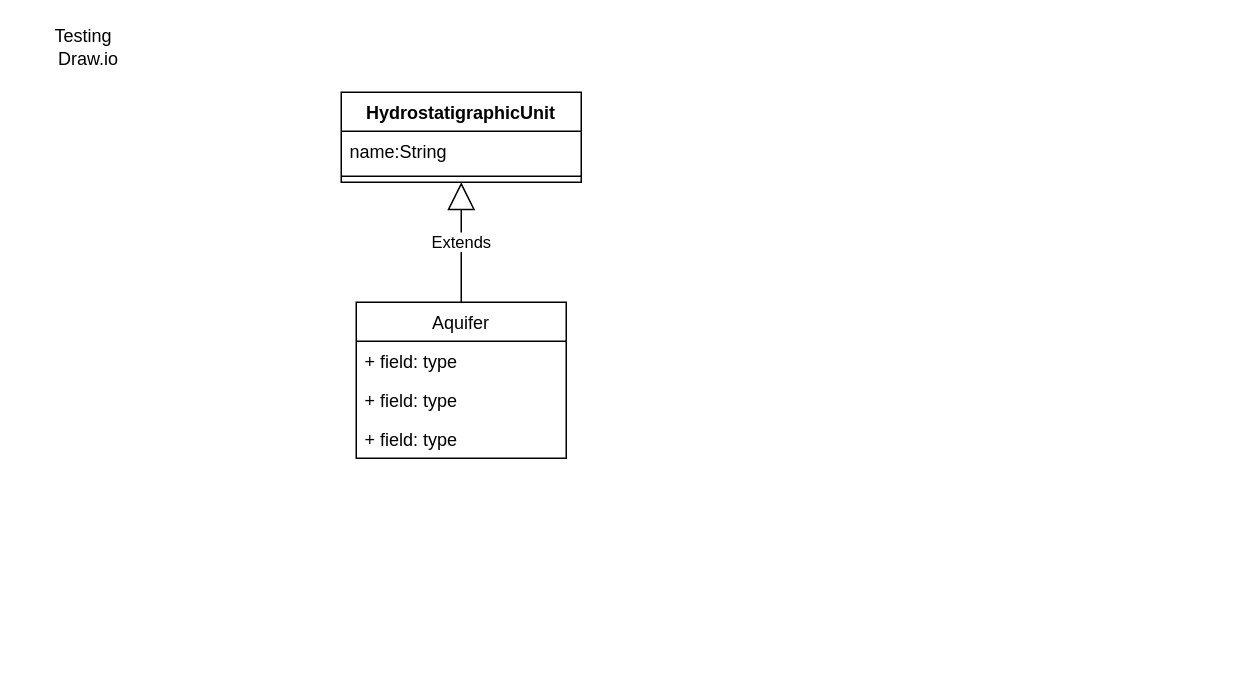
The draw.io diagram diagrams/code.drawio in denevers/GWML, before the edit. Source tidied: cells renumbered, new cells numbered last; positions are measured from the earlier drawing's top-left corner, leaving out a move shared by most shapes. Both pictures are drawn from the tidied source at 150%, with x=0, y=0 at pixel (26, 32).
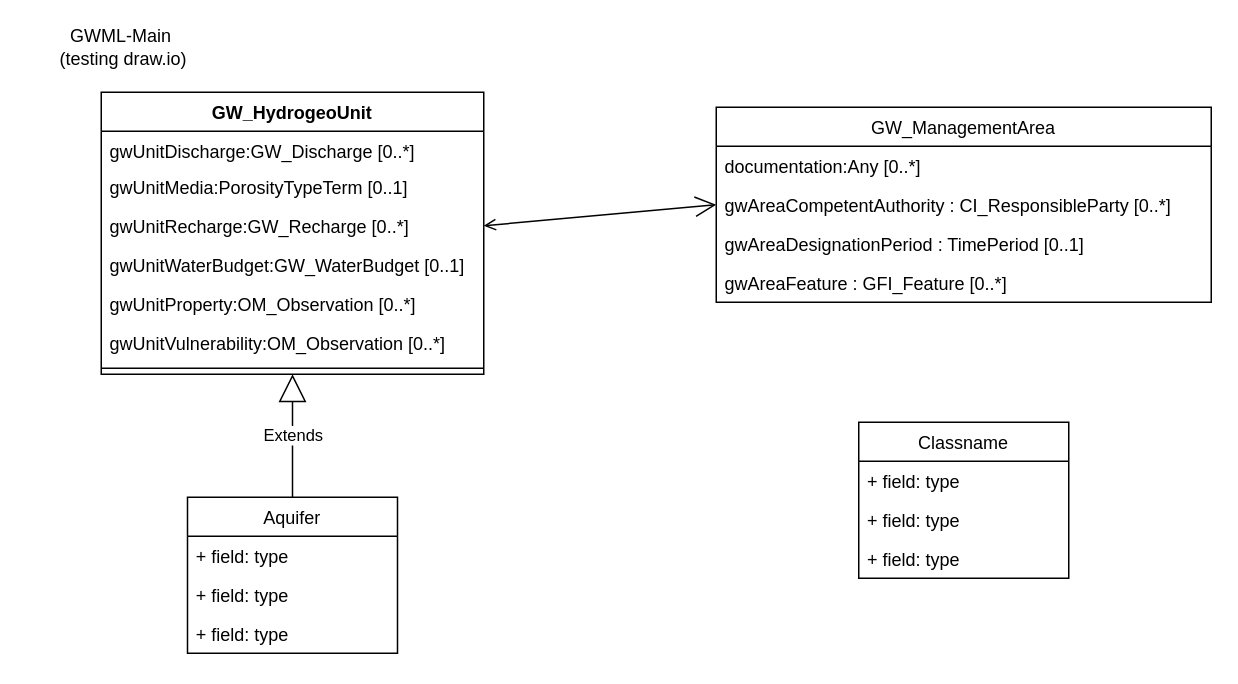
The same page after the edit.

The edit, as a diff of the source:
```diff
@@
+    <mxCell id="9" value="Extends" style="endArrow=block;endSize=16;endFill=0;html=1;entryX=0.5;entryY=1;entryDx=0;entryDy=0;exitX=0.5;exitY=0;exitDx=0;exitDy=0;" parent="1" edge="1" source="5" target="2">
+      <mxGeometry relative="1" as="geometry" />
+    </mxCell>
+    <mxCell id="10" value="GWML-Main&amp;nbsp;&lt;br&gt;(testing draw.io)" style="text;html=1;strokeColor=none;fillColor=none;align=center;verticalAlign=middle;whiteSpace=wrap;rounded=0;" parent="1" vertex="1">
+      <mxGeometry width="130" height="20" as="geometry" />
+    </mxCell>
-    <mxCell id="2" value="HydrostatigraphicUnit" style="swimlane;fontStyle=1;align=center;verticalAlign=top;horizontal=1;startSize=26;" parent="1" vertex="1">
-      <mxGeometry x="210" y="40" width="160" height="60" as="geometry" />
+    <mxCell id="2" value="GW_HydrogeoUnit&#10;" style="swimlane;fontStyle=1;align=center;verticalAlign=top;horizontal=1;startSize=26;" parent="1" vertex="1">
+      <mxGeometry x="50" y="40" width="255" height="188" as="geometry" />
     </mxCell>
-    <mxCell id="3" value="name:String&#10;" style="text;strokeColor=none;fillColor=none;align=left;verticalAlign=top;spacingLeft=4;spacingRight=4;overflow=hidden;" parent="2" vertex="1">
-      <mxGeometry y="26" width="160" height="26" as="geometry" />
+    <mxCell id="3" value="gwUnitDischarge:GW_Discharge [0..*]" style="text;strokeColor=none;fillColor=none;align=left;verticalAlign=top;spacingLeft=4;spacingRight=4;overflow=hidden;" parent="2" vertex="1">
+      <mxGeometry y="26" width="255" height="24" as="geometry" />
     </mxCell>
+    <mxCell id="11" value="gwUnitMedia:PorosityTypeTerm [0..1]" style="text;strokeColor=none;fillColor=none;align=left;verticalAlign=top;spacingLeft=4;spacingRight=4;overflow=hidden;" parent="2" vertex="1">
+      <mxGeometry y="50" width="255" height="26" as="geometry" />
+    </mxCell>
+    <mxCell id="12" value="gwUnitRecharge:GW_Recharge [0..*]" style="text;strokeColor=none;fillColor=none;align=left;verticalAlign=top;spacingLeft=4;spacingRight=4;overflow=hidden;points=[[0,0.5],[1,0.5]];portConstraint=eastwest;" parent="2" vertex="1">
+      <mxGeometry y="76" width="255" height="26" as="geometry" />
+    </mxCell>
+    <mxCell id="13" value="gwUnitWaterBudget:GW_WaterBudget [0..1]" style="text;strokeColor=none;fillColor=none;align=left;verticalAlign=top;spacingLeft=4;spacingRight=4;overflow=hidden;" parent="2" vertex="1">
+      <mxGeometry y="102" width="255" height="26" as="geometry" />
+    </mxCell>
+    <mxCell id="14" value="gwUnitProperty:OM_Observation [0..*]" style="text;strokeColor=none;fillColor=none;align=left;verticalAlign=top;spacingLeft=4;spacingRight=4;overflow=hidden;" parent="2" vertex="1">
+      <mxGeometry y="128" width="255" height="26" as="geometry" />
+    </mxCell>
+    <mxCell id="15" value="gwUnitVulnerability:OM_Observation [0..*]" style="text;strokeColor=none;fillColor=none;align=left;verticalAlign=top;spacingLeft=4;spacingRight=4;overflow=hidden;" parent="2" vertex="1">
+      <mxGeometry y="154" width="255" height="26" as="geometry" />
+    </mxCell>
     <mxCell id="4" style="line;strokeWidth=1;fillColor=none;align=left;verticalAlign=middle;spacingTop=-1;spacingLeft=3;spacingRight=3;labelPosition=right;" parent="2" vertex="1">
-      <mxGeometry y="52" width="160" height="8" as="geometry" />
+      <mxGeometry y="180" width="255" height="8" as="geometry" />
     </mxCell>
     <mxCell id="5" value="Aquifer" style="swimlane;fontStyle=0;horizontal=1;startSize=26;fillColor=none;" parent="1" vertex="1">
-      <mxGeometry x="220" y="180" width="140" height="104" as="geometry" />
+      <mxGeometry x="107.5" y="310" width="140" height="104" as="geometry" />
     </mxCell>
@@
-    <mxCell id="9" value="Extends" style="endArrow=block;endSize=16;endFill=0;html=1;entryX=0.5;entryY=1;entryDx=0;entryDy=0;exitX=0.5;exitY=0;exitDx=0;exitDy=0;" parent="1" edge="1" source="5" target="2">
-      <mxGeometry relative="1" as="geometry" />
-    </mxCell>
-    <mxCell id="10" value="Testing&amp;nbsp; &amp;nbsp;Draw.io" style="text;html=1;strokeColor=none;fillColor=none;align=center;verticalAlign=middle;whiteSpace=wrap;rounded=0;" parent="1" vertex="1">
-      <mxGeometry width="80" height="20" as="geometry" />
-    </mxCell>
+    <mxCell id="16" value="GW_ManagementArea" style="swimlane;fontStyle=0;horizontal=1;startSize=26;fillColor=none;" parent="1" vertex="1">
+      <mxGeometry x="460" y="50" width="330" height="130" as="geometry" />
+    </mxCell>
+    <mxCell id="17" value="documentation:Any [0..*]" style="text;strokeColor=none;fillColor=none;align=left;verticalAlign=top;spacingLeft=4;spacingRight=4;overflow=hidden;" parent="16" vertex="1">
+      <mxGeometry y="26" width="330" height="26" as="geometry" />
+    </mxCell>
+    <mxCell id="18" value="gwAreaCompetentAuthority : CI_ResponsibleParty [0..*]" style="text;strokeColor=none;fillColor=none;align=left;verticalAlign=top;spacingLeft=4;spacingRight=4;overflow=hidden;points=[[0,0.5],[1,0.5]];portConstraint=eastwest;" parent="16" vertex="1">
+      <mxGeometry y="52" width="330" height="26" as="geometry" />
+    </mxCell>
+    <mxCell id="19" value="gwAreaDesignationPeriod : TimePeriod [0..1]" style="text;strokeColor=none;fillColor=none;align=left;verticalAlign=top;spacingLeft=4;spacingRight=4;overflow=hidden;" parent="16" vertex="1">
+      <mxGeometry y="78" width="330" height="26" as="geometry" />
+    </mxCell>
+    <mxCell id="20" value="gwAreaFeature : GFI_Feature [0..*]" style="text;strokeColor=none;fillColor=none;align=left;verticalAlign=top;spacingLeft=4;spacingRight=4;overflow=hidden;" parent="16" vertex="1">
+      <mxGeometry y="104" width="330" height="26" as="geometry" />
+    </mxCell>
+    <mxCell id="21" style="endArrow=open;endFill=1;endSize=12;html=1;startArrow=open;startFill=0;entryX=0;entryY=0.5;entryDx=0;entryDy=0;exitX=1;exitY=0.5;exitDx=0;exitDy=0;targetPerimeterSpacing=0;" parent="1" edge="1" source="12" target="18">
+      <mxGeometry relative="1" as="geometry" />
+    </mxCell>
+    <mxCell id="22" value="Classname" style="swimlane;fontStyle=0;horizontal=1;startSize=26;fillColor=none;" parent="1" vertex="1">
+      <mxGeometry x="555" y="260" width="140" height="104" as="geometry" />
+    </mxCell>
+    <mxCell id="23" value="+ field: type" style="text;strokeColor=none;fillColor=none;align=left;verticalAlign=top;spacingLeft=4;spacingRight=4;overflow=hidden;" parent="22" vertex="1">
+      <mxGeometry y="26" width="140" height="26" as="geometry" />
+    </mxCell>
+    <mxCell id="24" value="+ field: type" style="text;strokeColor=none;fillColor=none;align=left;verticalAlign=top;spacingLeft=4;spacingRight=4;overflow=hidden;" parent="22" vertex="1">
+      <mxGeometry y="52" width="140" height="26" as="geometry" />
+    </mxCell>
+    <mxCell id="25" value="+ field: type" style="text;strokeColor=none;fillColor=none;align=left;verticalAlign=top;spacingLeft=4;spacingRight=4;overflow=hidden;" parent="22" vertex="1">
+      <mxGeometry y="78" width="140" height="26" as="geometry" />
+    </mxCell>
```
